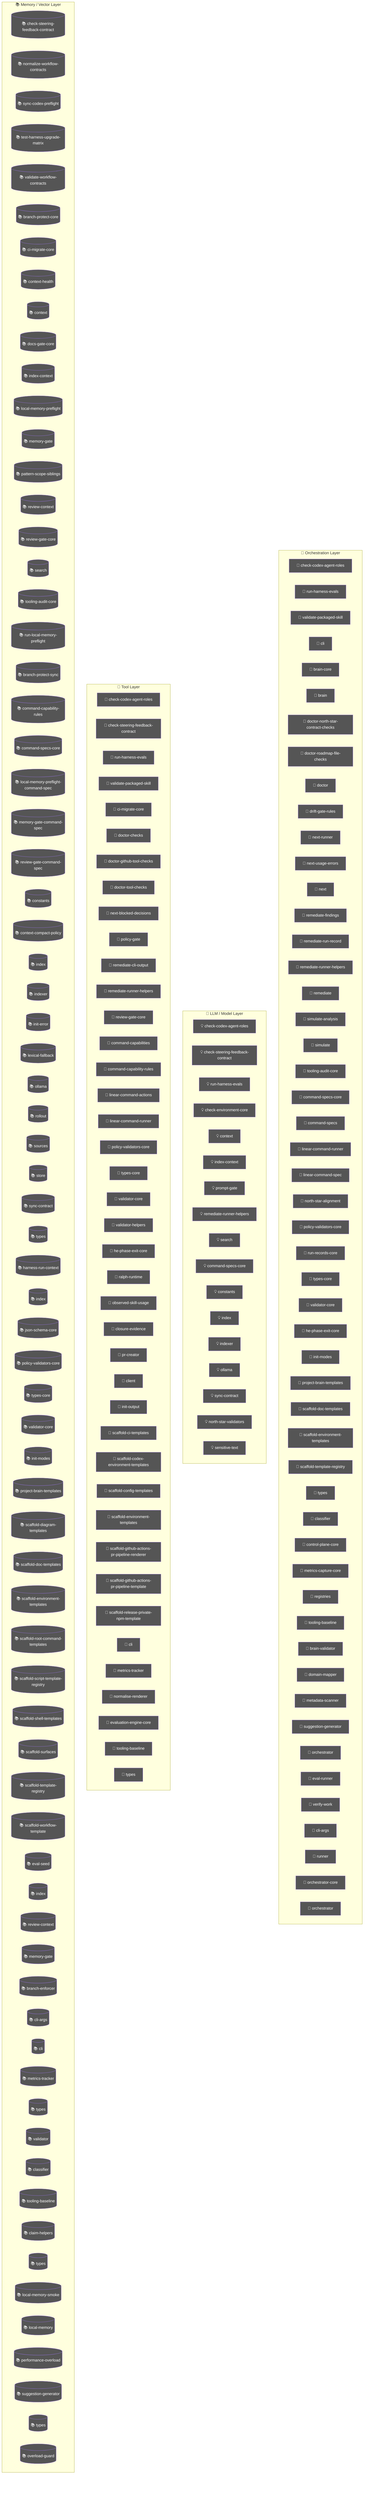
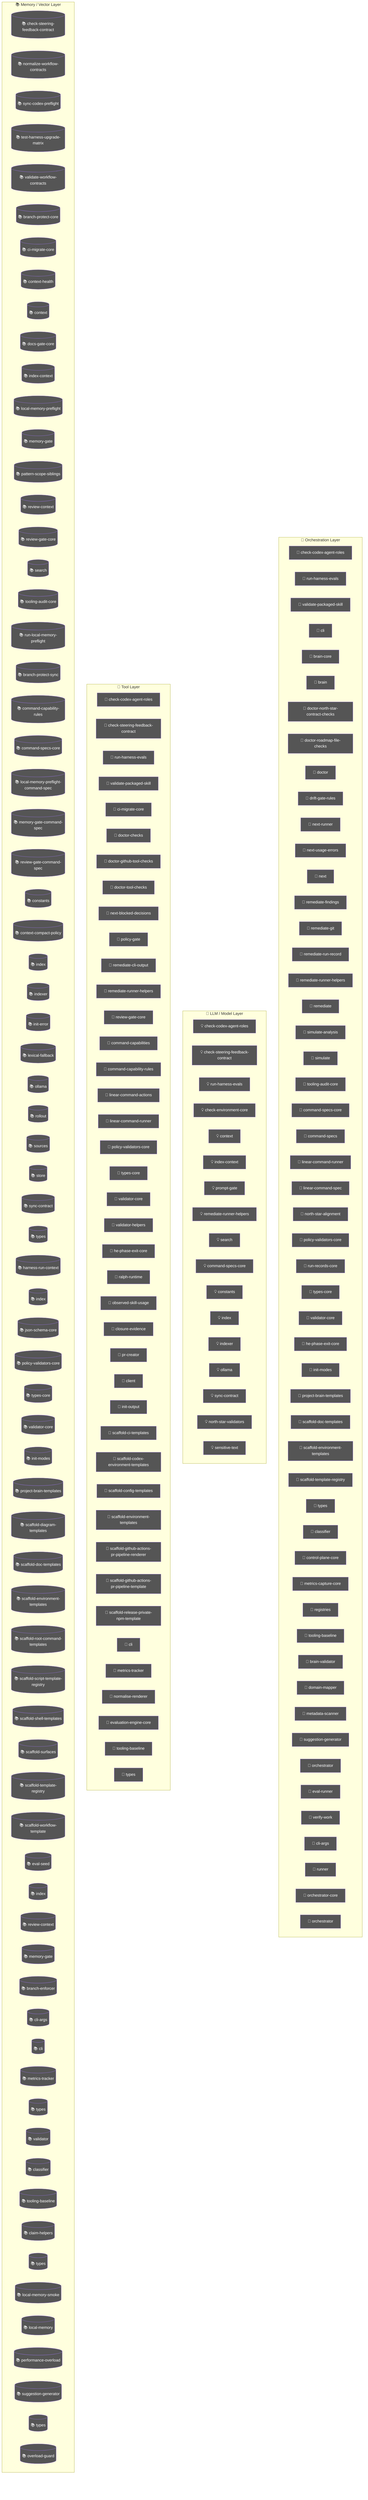
flowchart TD
  subgraph Orchestration["🎯 Orchestration Layer"]
    node_agent_mmd_orchestration_layer_orchestration_chec_7a9f0b64["🤖 check-codex-agent-roles"]
    node_agent_mmd_orchestration_layer_orchestration_run__18817957["🤖 run-harness-evals"]
    node_agent_mmd_orchestration_layer_orchestration_vali_c01b04be["🤖 validate-packaged-skill"]
    cli_99bb8840["🤖 cli"]
    brain_core_aa07c380["🤖 brain-core"]
    brain_bbbf7a64["🤖 brain"]
    doctor_north_star_contract_checks_0048124c["🤖 doctor-north-star-contract-checks"]
    doctor_roadmap_file_checks_14447b8e["🤖 doctor-roadmap-file-checks"]
    doctor_72f4be89["🤖 doctor"]
    drift_gate_rules_9685e72d["🤖 drift-gate-rules"]
    next_runner_41643472["🤖 next-runner"]
    next_usage_errors_837a345a["🤖 next-usage-errors"]
    next_c6c1c9a9["🤖 next"]
    remediate_findings_8b09c8c6["🤖 remediate-findings"]
+     remediate_git_58c6f6f4["🤖 remediate-git"]
    remediate_run_record_9dfe5dc1["🤖 remediate-run-record"]
    node_agent_mmd_orchestration_layer_orchestration_reme_359fe98f["🤖 remediate-runner-helpers"]
    remediate_06b9c7fc["🤖 remediate"]
    simulate_analysis_164a460c["🤖 simulate-analysis"]
    simulate_b9efe395["🤖 simulate"]
    node_agent_mmd_orchestration_layer_orchestration_tool_acfe0c01["🤖 tooling-audit-core"]
    node_agent_mmd_orchestration_layer_orchestration_comm_1f8cc24c["🤖 command-specs-core"]
    command_specs_69167c63["🤖 command-specs"]
    node_agent_mmd_orchestration_layer_orchestration_line_b67affd5["🤖 linear-command-runner"]
    linear_command_spec_1e12dd44["🤖 linear-command-spec"]
    north_star_alignment_00440188["🤖 north-star-alignment"]
    node_agent_mmd_orchestration_layer_orchestration_poli_3270b55d["🤖 policy-validators-core"]
    run_records_core_89286dfa["🤖 run-records-core"]
    node_agent_mmd_orchestration_layer_orchestration_type_7cf81261["🤖 types-core"]
    node_agent_mmd_orchestration_layer_orchestration_vali_d9fe99e6["🤖 validator-core"]
    node_agent_mmd_orchestration_layer_orchestration_he_p_fc778c24["🤖 he-phase-exit-core"]
    node_agent_mmd_orchestration_layer_orchestration_init_2a9c3ecb["🤖 init-modes"]
    node_agent_mmd_orchestration_layer_orchestration_proj_6ab6f60f["🤖 project-brain-templates"]
    node_agent_mmd_orchestration_layer_orchestration_scaf_12cc07db["🤖 scaffold-doc-templates"]
    node_agent_mmd_orchestration_layer_orchestration_scaf_c9a90c2f["🤖 scaffold-environment-templates"]
    node_agent_mmd_orchestration_layer_orchestration_scaf_ff8f92f6["🤖 scaffold-template-registry"]
    types_8_f6283648["🤖 types"]
    node_agent_mmd_orchestration_layer_orchestration_clas_899b821a["🤖 classifier"]
    control_plane_core_db3b4cb2["🤖 control-plane-core"]
    metrics_capture_core_db4bf7cf["🤖 metrics-capture-core"]
    registries_06402afa["🤖 registries"]
    node_agent_mmd_orchestration_layer_orchestration_tool_cc43149f["🤖 tooling-baseline"]
    brain_validator_be251832["🤖 brain-validator"]
    domain_mapper_cd9333d2["🤖 domain-mapper"]
    metadata_scanner_6a101b66["🤖 metadata-scanner"]
    node_agent_mmd_orchestration_layer_orchestration_sugg_85c5ebe3["🤖 suggestion-generator"]
    orchestrator_11376b7e["🤖 orchestrator"]
    eval_runner_0966a6b3["🤖 eval-runner"]
    verify_work_1_cd8e7ec3["🤖 verify-work"]
    cli_args_3_371ad1f3["🤖 cli-args"]
    runner_527aa9f4["🤖 runner"]
    orchestrator_core_d0678b53["🤖 orchestrator-core"]
    orchestrator_1_6b7137c5["🤖 orchestrator"]
  end
  subgraph LLMLayer["🧠 LLM / Model Layer"]
    node_agent_mmd_llm_model_layer_llmlayer_check_codex_a_29e7b7fa["💡 check-codex-agent-roles"]
    node_agent_mmd_llm_model_layer_llmlayer_check_steerin_a7dbbd2f["💡 check-steering-feedback-contract"]
    node_agent_mmd_llm_model_layer_llmlayer_run_harness_e_603fcfdc["💡 run-harness-evals"]
    check_environment_core_2c16213f["💡 check-environment-core"]
    node_agent_mmd_llm_model_layer_llmlayer_context_conte_ad2dfbd9["💡 context"]
    node_agent_mmd_llm_model_layer_llmlayer_index_context_1041bd11["💡 index-context"]
    prompt_gate_c5e9d207["💡 prompt-gate"]
    node_agent_mmd_llm_model_layer_llmlayer_remediate_run_9e3d4585["💡 remediate-runner-helpers"]
    node_agent_mmd_llm_model_layer_llmlayer_search_search_66b9a911["💡 search"]
    node_agent_mmd_llm_model_layer_llmlayer_command_specs_782af9fa["💡 command-specs-core"]
    node_agent_mmd_llm_model_layer_llmlayer_constants_con_c9bd3f6c["💡 constants"]
    node_agent_mmd_llm_model_layer_llmlayer_index_index_1_02e160ff["💡 index"]
    node_agent_mmd_llm_model_layer_llmlayer_indexer_index_4f4deef5["💡 indexer"]
    node_agent_mmd_llm_model_layer_llmlayer_ollama_ollama_968b23fa["💡 ollama"]
    node_agent_mmd_llm_model_layer_llmlayer_sync_contract_9f3cc8c1["💡 sync-contract"]
    north_star_validators_cfc926ce["💡 north-star-validators"]
    sensitive_text_7c11f760["💡 sensitive-text"]
  end
  subgraph ToolLayer["🔧 Tool Layer"]
    node_agent_mmd_tool_layer_toollayer_check_codex_agent_4b361d5a["🔧 check-codex-agent-roles"]
    node_agent_mmd_tool_layer_toollayer_check_steering_fe_84ed22c2["🔧 check-steering-feedback-contract"]
    node_agent_mmd_tool_layer_toollayer_run_harness_evals_e2ee24f1["🔧 run-harness-evals"]
    node_agent_mmd_tool_layer_toollayer_validate_packaged_f6ed6f12["🔧 validate-packaged-skill"]
    node_agent_mmd_tool_layer_toollayer_ci_migrate_core_c_049f8460["🔧 ci-migrate-core"]
    doctor_checks_5a2eb2b9["🔧 doctor-checks"]
    doctor_github_tool_checks_a53b0382["🔧 doctor-github-tool-checks"]
    doctor_tool_checks_4acac51a["🔧 doctor-tool-checks"]
    next_blocked_decisions_4140ad2b["🔧 next-blocked-decisions"]
    policy_gate_213f7313["🔧 policy-gate"]
    remediate_cli_output_cc165396["🔧 remediate-cli-output"]
    node_agent_mmd_tool_layer_toollayer_remediate_runner__c003b871["🔧 remediate-runner-helpers"]
    node_agent_mmd_tool_layer_toollayer_review_gate_core__7704598b["🔧 review-gate-core"]
    command_capabilities_a4d5c71e["🔧 command-capabilities"]
    node_agent_mmd_tool_layer_toollayer_command_capabilit_e97a4615["🔧 command-capability-rules"]
    linear_command_actions_e430f4f4["🔧 linear-command-actions"]
    node_agent_mmd_tool_layer_toollayer_linear_command_ru_d6763748["🔧 linear-command-runner"]
    node_agent_mmd_tool_layer_toollayer_policy_validators_af136abf["🔧 policy-validators-core"]
    node_agent_mmd_tool_layer_toollayer_types_core_types__6c8319b6["🔧 types-core"]
    node_agent_mmd_tool_layer_toollayer_validator_core_va_6ef6131f["🔧 validator-core"]
    validator_helpers_7b927667["🔧 validator-helpers"]
    node_agent_mmd_tool_layer_toollayer_he_phase_exit_cor_af016160["🔧 he-phase-exit-core"]
    ralph_runtime_73d63c0e["🔧 ralph-runtime"]
    observed_skill_usage_ed7d5930["🔧 observed-skill-usage"]
    closure_evidence_aaa31467["🔧 closure-evidence"]
    pr_creator_dc6b1ea4["🔧 pr-creator"]
    client_948fe603["🔧 client"]
    init_output_360dce91["🔧 init-output"]
    scaffold_ci_templates_2afd6392["🔧 scaffold-ci-templates"]
    scaffold_codex_environment_templates_334fbbed["🔧 scaffold-codex-environment-templates"]
    scaffold_config_templates_4b80ce53["🔧 scaffold-config-templates"]
    node_agent_mmd_tool_layer_toollayer_scaffold_environm_c1afc013["🔧 scaffold-environment-templates"]
    scaffold_github_actions_pr_pipeline_renderer_1ee18de5["🔧 scaffold-github-actions-pr-pipeline-renderer"]
    scaffold_github_actions_pr_pipeline_template_e2b85f62["🔧 scaffold-github-actions-pr-pipeline-template"]
    scaffold_release_private_npm_template_075499f8["🔧 scaffold-release-private-npm-template"]
    node_agent_mmd_tool_layer_toollayer_cli_cli_2_1_32d9eeaf["🔧 cli"]
    node_agent_mmd_tool_layer_toollayer_metrics_tracker_m_4c9237d8["🔧 metrics-tracker"]
    normalise_renderer_85f2e563["🔧 normalise-renderer"]
    evaluation_engine_core_e054fe49["🔧 evaluation-engine-core"]
    node_agent_mmd_tool_layer_toollayer_tooling_baseline__61e66e9f["🔧 tooling-baseline"]
    types_21_5756f9dc["🔧 types"]
  end
  subgraph MemoryLayer["📚 Memory / Vector Layer"]
    node_agent_mmd_memory_vector_layer_memorylayer_check__d71f8993[("📚 check-steering-feedback-contract")]
    normalize_workflow_contracts_8701f1c8[("📚 normalize-workflow-contracts")]
    sync_codex_preflight_7e7a8dc2[("📚 sync-codex-preflight")]
    test_harness_upgrade_matrix_84113c4e[("📚 test-harness-upgrade-matrix")]
    validate_workflow_contracts_33dc063c[("📚 validate-workflow-contracts")]
    branch_protect_core_a8feb0fd[("📚 branch-protect-core")]
    node_agent_mmd_memory_vector_layer_memorylayer_ci_mig_0cd5b1a4[("📚 ci-migrate-core")]
    context_health_80bb7da9[("📚 context-health")]
    node_agent_mmd_memory_vector_layer_memorylayer_contex_78ceaaa9[("📚 context")]
    docs_gate_core_eb9b6c18[("📚 docs-gate-core")]
    node_agent_mmd_memory_vector_layer_memorylayer_index__6f3402d0[("📚 index-context")]
    local_memory_preflight_dcc36c42[("📚 local-memory-preflight")]
    memory_gate_a577a506[("📚 memory-gate")]
    pattern_scope_siblings_43abe000[("📚 pattern-scope-siblings")]
    review_context_ca6cf81d[("📚 review-context")]
    node_agent_mmd_memory_vector_layer_memorylayer_review_5bee9816[("📚 review-gate-core")]
    node_agent_mmd_memory_vector_layer_memorylayer_search_ac35cb7e[("📚 search")]
    node_agent_mmd_memory_vector_layer_memorylayer_toolin_a1185b8f[("📚 tooling-audit-core")]
    run_local_memory_preflight_36e92808[("📚 run-local-memory-preflight")]
    branch_protect_sync_570adb18[("📚 branch-protect-sync")]
    node_agent_mmd_memory_vector_layer_memorylayer_comman_c72a5d05[("📚 command-capability-rules")]
    node_agent_mmd_memory_vector_layer_memorylayer_comman_111eb454[("📚 command-specs-core")]
    local_memory_preflight_command_spec_9e23f3ce[("📚 local-memory-preflight-command-spec")]
    memory_gate_command_spec_dc9001a9[("📚 memory-gate-command-spec")]
    review_gate_command_spec_3187376a[("📚 review-gate-command-spec")]
    node_agent_mmd_memory_vector_layer_memorylayer_consta_702d3f46[("📚 constants")]
    context_compact_policy_3dcaf95d[("📚 context-compact-policy")]
    node_agent_mmd_memory_vector_layer_memorylayer_index__752bc61e[("📚 index")]
    node_agent_mmd_memory_vector_layer_memorylayer_indexe_93e6d86f[("📚 indexer")]
    init_error_5c7dd49f[("📚 init-error")]
    lexical_fallback_723e2b3e[("📚 lexical-fallback")]
    node_agent_mmd_memory_vector_layer_memorylayer_ollama_6d51be16[("📚 ollama")]
    rollout_a4fa034c[("📚 rollout")]
    sources_878a52fc[("📚 sources")]
    store_824d80d7[("📚 store")]
    node_agent_mmd_memory_vector_layer_memorylayer_sync_c_e43418bc[("📚 sync-contract")]
    types_3_9675d69b[("📚 types")]
    harness_run_context_ac7c77a9[("📚 harness-run-context")]
    index_1_faebc14e[("📚 index")]
    json_schema_core_96d7e328[("📚 json-schema-core")]
    node_agent_mmd_memory_vector_layer_memorylayer_policy_1944de42[("📚 policy-validators-core")]
    node_agent_mmd_memory_vector_layer_memorylayer_types__83f369fa[("📚 types-core")]
    node_agent_mmd_memory_vector_layer_memorylayer_valida_41034356[("📚 validator-core")]
    node_agent_mmd_memory_vector_layer_memorylayer_init_m_333d02c5[("📚 init-modes")]
    node_agent_mmd_memory_vector_layer_memorylayer_projec_3ae304d9[("📚 project-brain-templates")]
    scaffold_diagram_templates_dd88e83c[("📚 scaffold-diagram-templates")]
    node_agent_mmd_memory_vector_layer_memorylayer_scaffo_5fd73b94[("📚 scaffold-doc-templates")]
    node_agent_mmd_memory_vector_layer_memorylayer_scaffo_12b42341[("📚 scaffold-environment-templates")]
    scaffold_root_command_templates_404fed7f[("📚 scaffold-root-command-templates")]
    scaffold_script_template_registry_69312d4e[("📚 scaffold-script-template-registry")]
    scaffold_shell_templates_0ad0f915[("📚 scaffold-shell-templates")]
    scaffold_surfaces_12d6494e[("📚 scaffold-surfaces")]
    node_agent_mmd_memory_vector_layer_memorylayer_scaffo_a86eece1[("📚 scaffold-template-registry")]
    scaffold_workflow_template_92310587[("📚 scaffold-workflow-template")]
    eval_seed_5699fd3e[("📚 eval-seed")]
    index_4_013aa0e3[("📚 index")]
    review_context_1_e3afed15[("📚 review-context")]
    memory_gate_1_265164ac[("📚 memory-gate")]
    branch_enforcer_acb749cd[("📚 branch-enforcer")]
    cli_args_1_6144b055[("📚 cli-args")]
    node_agent_mmd_memory_vector_layer_memorylayer_cli_cl_1f1f89ab[("📚 cli")]
    node_agent_mmd_memory_vector_layer_memorylayer_metric_12562178[("📚 metrics-tracker")]
    types_10_75e5a4a0[("📚 types")]
    validator_4_5180cf23[("📚 validator")]
    node_agent_mmd_memory_vector_layer_memorylayer_classi_1ebbf5ff[("📚 classifier")]
    node_agent_mmd_memory_vector_layer_memorylayer_toolin_14f86b00[("📚 tooling-baseline")]
    claim_helpers_20dc8387[("📚 claim-helpers")]
    types_14_fe7507be[("📚 types")]
    local_memory_smoke_1175abfc[("📚 local-memory-smoke")]
    local_memory_0db17ecc[("📚 local-memory")]
    performance_overload_c685bfcf[("📚 performance-overload")]
    node_agent_mmd_memory_vector_layer_memorylayer_sugges_267f408d[("📚 suggestion-generator")]
    types_19_eb4ad5f0[("📚 types")]
    overload_guard_2748c559[("📚 overload-guard")]
  end
  classDef agentNode fill:#555,color:#fff
-   class node_agent_mmd_orchestration_layer_orchestration_chec_7a9f0b64,node_agent_mmd_llm_model_layer_llmlayer_check_codex_a_29e7b7fa,node_agent_mmd_tool_layer_toollayer_check_codex_agent_4b361d5a,node_agent_mmd_orchestration_layer_orchestration_run__18817957,node_agent_mmd_llm_model_layer_llmlayer_run_harness_e_603fcfdc,node_agent_mmd_tool_layer_toollayer_run_harness_evals_e2ee24f1,node_agent_mmd_orchestration_layer_orchestration_vali_c01b04be,node_agent_mmd_tool_layer_toollayer_validate_packaged_f6ed6f12,cli_99bb8840,brain_core_aa07c380,brain_bbbf7a64,doctor_north_star_contract_checks_0048124c,doctor_roadmap_file_checks_14447b8e,doctor_72f4be89,drift_gate_rules_9685e72d,next_runner_41643472,next_usage_errors_837a345a,next_c6c1c9a9,remediate_findings_8b09c8c6,remediate_run_record_9dfe5dc1,node_agent_mmd_orchestration_layer_orchestration_reme_359fe98f,node_agent_mmd_llm_model_layer_llmlayer_remediate_run_9e3d4585,node_agent_mmd_tool_layer_toollayer_remediate_runner__c003b871,remediate_06b9c7fc,simulate_analysis_164a460c,simulate_b9efe395,node_agent_mmd_orchestration_layer_orchestration_tool_acfe0c01,node_agent_mmd_memory_vector_layer_memorylayer_toolin_a1185b8f,node_agent_mmd_orchestration_layer_orchestration_comm_1f8cc24c,node_agent_mmd_llm_model_layer_llmlayer_command_specs_782af9fa,node_agent_mmd_memory_vector_layer_memorylayer_comman_111eb454,command_specs_69167c63,node_agent_mmd_orchestration_layer_orchestration_line_b67affd5,node_agent_mmd_tool_layer_toollayer_linear_command_ru_d6763748,linear_command_spec_1e12dd44,north_star_alignment_00440188,node_agent_mmd_orchestration_layer_orchestration_poli_3270b55d,node_agent_mmd_tool_layer_toollayer_policy_validators_af136abf,node_agent_mmd_memory_vector_layer_memorylayer_policy_1944de42,run_records_core_89286dfa,node_agent_mmd_orchestration_layer_orchestration_type_7cf81261,node_agent_mmd_tool_layer_toollayer_types_core_types__6c8319b6,node_agent_mmd_memory_vector_layer_memorylayer_types__83f369fa,node_agent_mmd_orchestration_layer_orchestration_vali_d9fe99e6,node_agent_mmd_tool_layer_toollayer_validator_core_va_6ef6131f,node_agent_mmd_memory_vector_layer_memorylayer_valida_41034356,node_agent_mmd_orchestration_layer_orchestration_he_p_fc778c24,node_agent_mmd_tool_layer_toollayer_he_phase_exit_cor_af016160,node_agent_mmd_orchestration_layer_orchestration_init_2a9c3ecb,node_agent_mmd_memory_vector_layer_memorylayer_init_m_333d02c5,node_agent_mmd_orchestration_layer_orchestration_proj_6ab6f60f,node_agent_mmd_memory_vector_layer_memorylayer_projec_3ae304d9,node_agent_mmd_orchestration_layer_orchestration_scaf_12cc07db,node_agent_mmd_memory_vector_layer_memorylayer_scaffo_5fd73b94,node_agent_mmd_orchestration_layer_orchestration_scaf_c9a90c2f,node_agent_mmd_tool_layer_toollayer_scaffold_environm_c1afc013,node_agent_mmd_memory_vector_layer_memorylayer_scaffo_12b42341,node_agent_mmd_orchestration_layer_orchestration_scaf_ff8f92f6,node_agent_mmd_memory_vector_layer_memorylayer_scaffo_a86eece1,types_8_f6283648,node_agent_mmd_orchestration_layer_orchestration_clas_899b821a,node_agent_mmd_memory_vector_layer_memorylayer_classi_1ebbf5ff,control_plane_core_db3b4cb2,metrics_capture_core_db4bf7cf,registries_06402afa,node_agent_mmd_orchestration_layer_orchestration_tool_cc43149f,node_agent_mmd_tool_layer_toollayer_tooling_baseline__61e66e9f,node_agent_mmd_memory_vector_layer_memorylayer_toolin_14f86b00,brain_validator_be251832,domain_mapper_cd9333d2,metadata_scanner_6a101b66,node_agent_mmd_orchestration_layer_orchestration_sugg_85c5ebe3,node_agent_mmd_memory_vector_layer_memorylayer_sugges_267f408d,orchestrator_11376b7e,eval_runner_0966a6b3,verify_work_1_cd8e7ec3,cli_args_3_371ad1f3,runner_527aa9f4,orchestrator_core_d0678b53,orchestrator_1_6b7137c5 agentNode
+   class node_agent_mmd_orchestration_layer_orchestration_chec_7a9f0b64,node_agent_mmd_llm_model_layer_llmlayer_check_codex_a_29e7b7fa,node_agent_mmd_tool_layer_toollayer_check_codex_agent_4b361d5a,node_agent_mmd_orchestration_layer_orchestration_run__18817957,node_agent_mmd_llm_model_layer_llmlayer_run_harness_e_603fcfdc,node_agent_mmd_tool_layer_toollayer_run_harness_evals_e2ee24f1,node_agent_mmd_orchestration_layer_orchestration_vali_c01b04be,node_agent_mmd_tool_layer_toollayer_validate_packaged_f6ed6f12,cli_99bb8840,brain_core_aa07c380,brain_bbbf7a64,doctor_north_star_contract_checks_0048124c,doctor_roadmap_file_checks_14447b8e,doctor_72f4be89,drift_gate_rules_9685e72d,next_runner_41643472,next_usage_errors_837a345a,next_c6c1c9a9,remediate_findings_8b09c8c6,remediate_git_58c6f6f4,remediate_run_record_9dfe5dc1,node_agent_mmd_orchestration_layer_orchestration_reme_359fe98f,node_agent_mmd_llm_model_layer_llmlayer_remediate_run_9e3d4585,node_agent_mmd_tool_layer_toollayer_remediate_runner__c003b871,remediate_06b9c7fc,simulate_analysis_164a460c,simulate_b9efe395,node_agent_mmd_orchestration_layer_orchestration_tool_acfe0c01,node_agent_mmd_memory_vector_layer_memorylayer_toolin_a1185b8f,node_agent_mmd_orchestration_layer_orchestration_comm_1f8cc24c,node_agent_mmd_llm_model_layer_llmlayer_command_specs_782af9fa,node_agent_mmd_memory_vector_layer_memorylayer_comman_111eb454,command_specs_69167c63,node_agent_mmd_orchestration_layer_orchestration_line_b67affd5,node_agent_mmd_tool_layer_toollayer_linear_command_ru_d6763748,linear_command_spec_1e12dd44,north_star_alignment_00440188,node_agent_mmd_orchestration_layer_orchestration_poli_3270b55d,node_agent_mmd_tool_layer_toollayer_policy_validators_af136abf,node_agent_mmd_memory_vector_layer_memorylayer_policy_1944de42,run_records_core_89286dfa,node_agent_mmd_orchestration_layer_orchestration_type_7cf81261,node_agent_mmd_tool_layer_toollayer_types_core_types__6c8319b6,node_agent_mmd_memory_vector_layer_memorylayer_types__83f369fa,node_agent_mmd_orchestration_layer_orchestration_vali_d9fe99e6,node_agent_mmd_tool_layer_toollayer_validator_core_va_6ef6131f,node_agent_mmd_memory_vector_layer_memorylayer_valida_41034356,node_agent_mmd_orchestration_layer_orchestration_he_p_fc778c24,node_agent_mmd_tool_layer_toollayer_he_phase_exit_cor_af016160,node_agent_mmd_orchestration_layer_orchestration_init_2a9c3ecb,node_agent_mmd_memory_vector_layer_memorylayer_init_m_333d02c5,node_agent_mmd_orchestration_layer_orchestration_proj_6ab6f60f,node_agent_mmd_memory_vector_layer_memorylayer_projec_3ae304d9,node_agent_mmd_orchestration_layer_orchestration_scaf_12cc07db,node_agent_mmd_memory_vector_layer_memorylayer_scaffo_5fd73b94,node_agent_mmd_orchestration_layer_orchestration_scaf_c9a90c2f,node_agent_mmd_tool_layer_toollayer_scaffold_environm_c1afc013,node_agent_mmd_memory_vector_layer_memorylayer_scaffo_12b42341,node_agent_mmd_orchestration_layer_orchestration_scaf_ff8f92f6,node_agent_mmd_memory_vector_layer_memorylayer_scaffo_a86eece1,types_8_f6283648,node_agent_mmd_orchestration_layer_orchestration_clas_899b821a,node_agent_mmd_memory_vector_layer_memorylayer_classi_1ebbf5ff,control_plane_core_db3b4cb2,metrics_capture_core_db4bf7cf,registries_06402afa,node_agent_mmd_orchestration_layer_orchestration_tool_cc43149f,node_agent_mmd_tool_layer_toollayer_tooling_baseline__61e66e9f,node_agent_mmd_memory_vector_layer_memorylayer_toolin_14f86b00,brain_validator_be251832,domain_mapper_cd9333d2,metadata_scanner_6a101b66,node_agent_mmd_orchestration_layer_orchestration_sugg_85c5ebe3,node_agent_mmd_memory_vector_layer_memorylayer_sugges_267f408d,orchestrator_11376b7e,eval_runner_0966a6b3,verify_work_1_cd8e7ec3,cli_args_3_371ad1f3,runner_527aa9f4,orchestrator_core_d0678b53,orchestrator_1_6b7137c5 agentNode
  classDef llmNode fill:#555,color:#fff
  class node_agent_mmd_orchestration_layer_orchestration_chec_7a9f0b64,node_agent_mmd_llm_model_layer_llmlayer_check_codex_a_29e7b7fa,node_agent_mmd_tool_layer_toollayer_check_codex_agent_4b361d5a,node_agent_mmd_llm_model_layer_llmlayer_check_steerin_a7dbbd2f,node_agent_mmd_tool_layer_toollayer_check_steering_fe_84ed22c2,node_agent_mmd_memory_vector_layer_memorylayer_check__d71f8993,node_agent_mmd_orchestration_layer_orchestration_run__18817957,node_agent_mmd_llm_model_layer_llmlayer_run_harness_e_603fcfdc,node_agent_mmd_tool_layer_toollayer_run_harness_evals_e2ee24f1,check_environment_core_2c16213f,node_agent_mmd_llm_model_layer_llmlayer_context_conte_ad2dfbd9,node_agent_mmd_memory_vector_layer_memorylayer_contex_78ceaaa9,node_agent_mmd_llm_model_layer_llmlayer_index_context_1041bd11,node_agent_mmd_memory_vector_layer_memorylayer_index__6f3402d0,prompt_gate_c5e9d207,node_agent_mmd_orchestration_layer_orchestration_reme_359fe98f,node_agent_mmd_llm_model_layer_llmlayer_remediate_run_9e3d4585,node_agent_mmd_tool_layer_toollayer_remediate_runner__c003b871,node_agent_mmd_llm_model_layer_llmlayer_search_search_66b9a911,node_agent_mmd_memory_vector_layer_memorylayer_search_ac35cb7e,node_agent_mmd_orchestration_layer_orchestration_comm_1f8cc24c,node_agent_mmd_llm_model_layer_llmlayer_command_specs_782af9fa,node_agent_mmd_memory_vector_layer_memorylayer_comman_111eb454,node_agent_mmd_llm_model_layer_llmlayer_constants_con_c9bd3f6c,node_agent_mmd_memory_vector_layer_memorylayer_consta_702d3f46,node_agent_mmd_llm_model_layer_llmlayer_index_index_1_02e160ff,node_agent_mmd_memory_vector_layer_memorylayer_index__752bc61e,node_agent_mmd_llm_model_layer_llmlayer_indexer_index_4f4deef5,node_agent_mmd_memory_vector_layer_memorylayer_indexe_93e6d86f,node_agent_mmd_llm_model_layer_llmlayer_ollama_ollama_968b23fa,node_agent_mmd_memory_vector_layer_memorylayer_ollama_6d51be16,node_agent_mmd_llm_model_layer_llmlayer_sync_contract_9f3cc8c1,node_agent_mmd_memory_vector_layer_memorylayer_sync_c_e43418bc,north_star_validators_cfc926ce,sensitive_text_7c11f760 llmNode
  classDef toolNode fill:#555,color:#fff
  class node_agent_mmd_orchestration_layer_orchestration_chec_7a9f0b64,node_agent_mmd_llm_model_layer_llmlayer_check_codex_a_29e7b7fa,node_agent_mmd_tool_layer_toollayer_check_codex_agent_4b361d5a,node_agent_mmd_llm_model_layer_llmlayer_check_steerin_a7dbbd2f,node_agent_mmd_tool_layer_toollayer_check_steering_fe_84ed22c2,node_agent_mmd_memory_vector_layer_memorylayer_check__d71f8993,node_agent_mmd_orchestration_layer_orchestration_run__18817957,node_agent_mmd_llm_model_layer_llmlayer_run_harness_e_603fcfdc,node_agent_mmd_tool_layer_toollayer_run_harness_evals_e2ee24f1,node_agent_mmd_orchestration_layer_orchestration_vali_c01b04be,node_agent_mmd_tool_layer_toollayer_validate_packaged_f6ed6f12,node_agent_mmd_tool_layer_toollayer_ci_migrate_core_c_049f8460,node_agent_mmd_memory_vector_layer_memorylayer_ci_mig_0cd5b1a4,doctor_checks_5a2eb2b9,doctor_github_tool_checks_a53b0382,doctor_tool_checks_4acac51a,next_blocked_decisions_4140ad2b,policy_gate_213f7313,remediate_cli_output_cc165396,node_agent_mmd_orchestration_layer_orchestration_reme_359fe98f,node_agent_mmd_llm_model_layer_llmlayer_remediate_run_9e3d4585,node_agent_mmd_tool_layer_toollayer_remediate_runner__c003b871,node_agent_mmd_tool_layer_toollayer_review_gate_core__7704598b,node_agent_mmd_memory_vector_layer_memorylayer_review_5bee9816,command_capabilities_a4d5c71e,node_agent_mmd_tool_layer_toollayer_command_capabilit_e97a4615,node_agent_mmd_memory_vector_layer_memorylayer_comman_c72a5d05,linear_command_actions_e430f4f4,node_agent_mmd_orchestration_layer_orchestration_line_b67affd5,node_agent_mmd_tool_layer_toollayer_linear_command_ru_d6763748,node_agent_mmd_orchestration_layer_orchestration_poli_3270b55d,node_agent_mmd_tool_layer_toollayer_policy_validators_af136abf,node_agent_mmd_memory_vector_layer_memorylayer_policy_1944de42,node_agent_mmd_orchestration_layer_orchestration_type_7cf81261,node_agent_mmd_tool_layer_toollayer_types_core_types__6c8319b6,node_agent_mmd_memory_vector_layer_memorylayer_types__83f369fa,node_agent_mmd_orchestration_layer_orchestration_vali_d9fe99e6,node_agent_mmd_tool_layer_toollayer_validator_core_va_6ef6131f,node_agent_mmd_memory_vector_layer_memorylayer_valida_41034356,validator_helpers_7b927667,node_agent_mmd_orchestration_layer_orchestration_he_p_fc778c24,node_agent_mmd_tool_layer_toollayer_he_phase_exit_cor_af016160,ralph_runtime_73d63c0e,observed_skill_usage_ed7d5930,closure_evidence_aaa31467,pr_creator_dc6b1ea4,client_948fe603,init_output_360dce91,scaffold_ci_templates_2afd6392,scaffold_codex_environment_templates_334fbbed,scaffold_config_templates_4b80ce53,node_agent_mmd_orchestration_layer_orchestration_scaf_c9a90c2f,node_agent_mmd_tool_layer_toollayer_scaffold_environm_c1afc013,node_agent_mmd_memory_vector_layer_memorylayer_scaffo_12b42341,scaffold_github_actions_pr_pipeline_renderer_1ee18de5,scaffold_github_actions_pr_pipeline_template_e2b85f62,scaffold_release_private_npm_template_075499f8,node_agent_mmd_tool_layer_toollayer_cli_cli_2_1_32d9eeaf,node_agent_mmd_memory_vector_layer_memorylayer_cli_cl_1f1f89ab,node_agent_mmd_tool_layer_toollayer_metrics_tracker_m_4c9237d8,node_agent_mmd_memory_vector_layer_memorylayer_metric_12562178,normalise_renderer_85f2e563,evaluation_engine_core_e054fe49,node_agent_mmd_orchestration_layer_orchestration_tool_cc43149f,node_agent_mmd_tool_layer_toollayer_tooling_baseline__61e66e9f,node_agent_mmd_memory_vector_layer_memorylayer_toolin_14f86b00,types_21_5756f9dc toolNode
  classDef memNode fill:#555,color:#fff
  class node_agent_mmd_llm_model_layer_llmlayer_check_steerin_a7dbbd2f,node_agent_mmd_tool_layer_toollayer_check_steering_fe_84ed22c2,node_agent_mmd_memory_vector_layer_memorylayer_check__d71f8993,normalize_workflow_contracts_8701f1c8,sync_codex_preflight_7e7a8dc2,test_harness_upgrade_matrix_84113c4e,validate_workflow_contracts_33dc063c,branch_protect_core_a8feb0fd,node_agent_mmd_tool_layer_toollayer_ci_migrate_core_c_049f8460,node_agent_mmd_memory_vector_layer_memorylayer_ci_mig_0cd5b1a4,context_health_80bb7da9,node_agent_mmd_llm_model_layer_llmlayer_context_conte_ad2dfbd9,node_agent_mmd_memory_vector_layer_memorylayer_contex_78ceaaa9,docs_gate_core_eb9b6c18,node_agent_mmd_llm_model_layer_llmlayer_index_context_1041bd11,node_agent_mmd_memory_vector_layer_memorylayer_index__6f3402d0,local_memory_preflight_dcc36c42,memory_gate_a577a506,pattern_scope_siblings_43abe000,review_context_ca6cf81d,node_agent_mmd_tool_layer_toollayer_review_gate_core__7704598b,node_agent_mmd_memory_vector_layer_memorylayer_review_5bee9816,node_agent_mmd_llm_model_layer_llmlayer_search_search_66b9a911,node_agent_mmd_memory_vector_layer_memorylayer_search_ac35cb7e,node_agent_mmd_orchestration_layer_orchestration_tool_acfe0c01,node_agent_mmd_memory_vector_layer_memorylayer_toolin_a1185b8f,run_local_memory_preflight_36e92808,branch_protect_sync_570adb18,node_agent_mmd_tool_layer_toollayer_command_capabilit_e97a4615,node_agent_mmd_memory_vector_layer_memorylayer_comman_c72a5d05,node_agent_mmd_orchestration_layer_orchestration_comm_1f8cc24c,node_agent_mmd_llm_model_layer_llmlayer_command_specs_782af9fa,node_agent_mmd_memory_vector_layer_memorylayer_comman_111eb454,local_memory_preflight_command_spec_9e23f3ce,memory_gate_command_spec_dc9001a9,review_gate_command_spec_3187376a,node_agent_mmd_llm_model_layer_llmlayer_constants_con_c9bd3f6c,node_agent_mmd_memory_vector_layer_memorylayer_consta_702d3f46,context_compact_policy_3dcaf95d,node_agent_mmd_llm_model_layer_llmlayer_index_index_1_02e160ff,node_agent_mmd_memory_vector_layer_memorylayer_index__752bc61e,node_agent_mmd_llm_model_layer_llmlayer_indexer_index_4f4deef5,node_agent_mmd_memory_vector_layer_memorylayer_indexe_93e6d86f,init_error_5c7dd49f,lexical_fallback_723e2b3e,node_agent_mmd_llm_model_layer_llmlayer_ollama_ollama_968b23fa,node_agent_mmd_memory_vector_layer_memorylayer_ollama_6d51be16,rollout_a4fa034c,sources_878a52fc,store_824d80d7,node_agent_mmd_llm_model_layer_llmlayer_sync_contract_9f3cc8c1,node_agent_mmd_memory_vector_layer_memorylayer_sync_c_e43418bc,types_3_9675d69b,harness_run_context_ac7c77a9,index_1_faebc14e,json_schema_core_96d7e328,node_agent_mmd_orchestration_layer_orchestration_poli_3270b55d,node_agent_mmd_tool_layer_toollayer_policy_validators_af136abf,node_agent_mmd_memory_vector_layer_memorylayer_policy_1944de42,node_agent_mmd_orchestration_layer_orchestration_type_7cf81261,node_agent_mmd_tool_layer_toollayer_types_core_types__6c8319b6,node_agent_mmd_memory_vector_layer_memorylayer_types__83f369fa,node_agent_mmd_orchestration_layer_orchestration_vali_d9fe99e6,node_agent_mmd_tool_layer_toollayer_validator_core_va_6ef6131f,node_agent_mmd_memory_vector_layer_memorylayer_valida_41034356,node_agent_mmd_orchestration_layer_orchestration_init_2a9c3ecb,node_agent_mmd_memory_vector_layer_memorylayer_init_m_333d02c5,node_agent_mmd_orchestration_layer_orchestration_proj_6ab6f60f,node_agent_mmd_memory_vector_layer_memorylayer_projec_3ae304d9,scaffold_diagram_templates_dd88e83c,node_agent_mmd_orchestration_layer_orchestration_scaf_12cc07db,node_agent_mmd_memory_vector_layer_memorylayer_scaffo_5fd73b94,node_agent_mmd_orchestration_layer_orchestration_scaf_c9a90c2f,node_agent_mmd_tool_layer_toollayer_scaffold_environm_c1afc013,node_agent_mmd_memory_vector_layer_memorylayer_scaffo_12b42341,scaffold_root_command_templates_404fed7f,scaffold_script_template_registry_69312d4e,scaffold_shell_templates_0ad0f915,scaffold_surfaces_12d6494e,node_agent_mmd_orchestration_layer_orchestration_scaf_ff8f92f6,node_agent_mmd_memory_vector_layer_memorylayer_scaffo_a86eece1,scaffold_workflow_template_92310587,eval_seed_5699fd3e,index_4_013aa0e3,review_context_1_e3afed15,memory_gate_1_265164ac,branch_enforcer_acb749cd,cli_args_1_6144b055,node_agent_mmd_tool_layer_toollayer_cli_cli_2_1_32d9eeaf,node_agent_mmd_memory_vector_layer_memorylayer_cli_cl_1f1f89ab,node_agent_mmd_tool_layer_toollayer_metrics_tracker_m_4c9237d8,node_agent_mmd_memory_vector_layer_memorylayer_metric_12562178,types_10_75e5a4a0,validator_4_5180cf23,node_agent_mmd_orchestration_layer_orchestration_clas_899b821a,node_agent_mmd_memory_vector_layer_memorylayer_classi_1ebbf5ff,node_agent_mmd_orchestration_layer_orchestration_tool_cc43149f,node_agent_mmd_tool_layer_toollayer_tooling_baseline__61e66e9f,node_agent_mmd_memory_vector_layer_memorylayer_toolin_14f86b00,claim_helpers_20dc8387,types_14_fe7507be,local_memory_smoke_1175abfc,local_memory_0db17ecc,performance_overload_c685bfcf,node_agent_mmd_orchestration_layer_orchestration_sugg_85c5ebe3,node_agent_mmd_memory_vector_layer_memorylayer_sugges_267f408d,types_19_eb4ad5f0,overload_guard_2748c559 memNode
